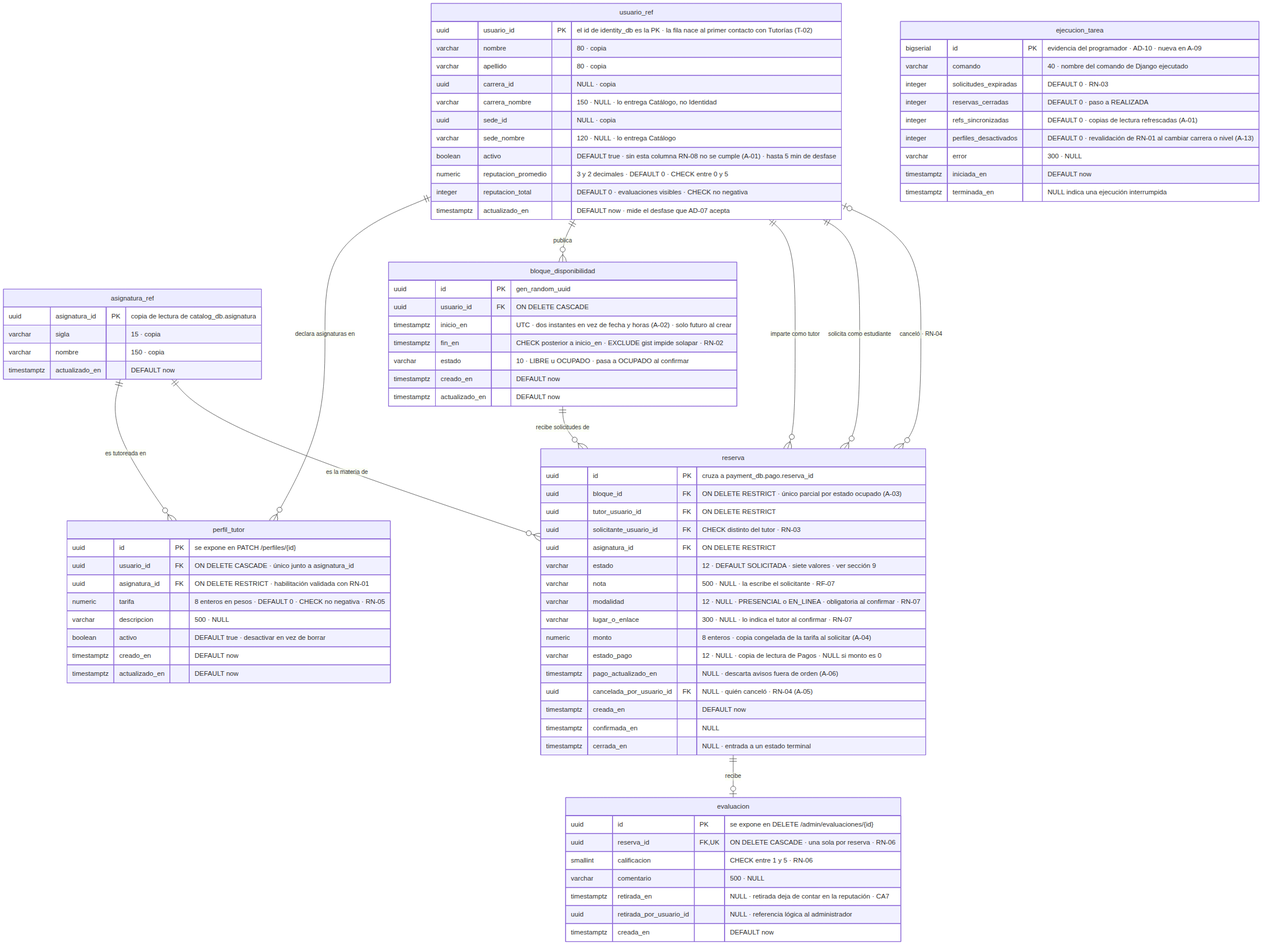
Earlier version of the Mermaid export docs/diagramas/03_tutoring_db.png (Bacchi701/Plataforma-web-tutorias). Its source is kept beside it as docs/diagramas/03_tutoring_db.mmd.
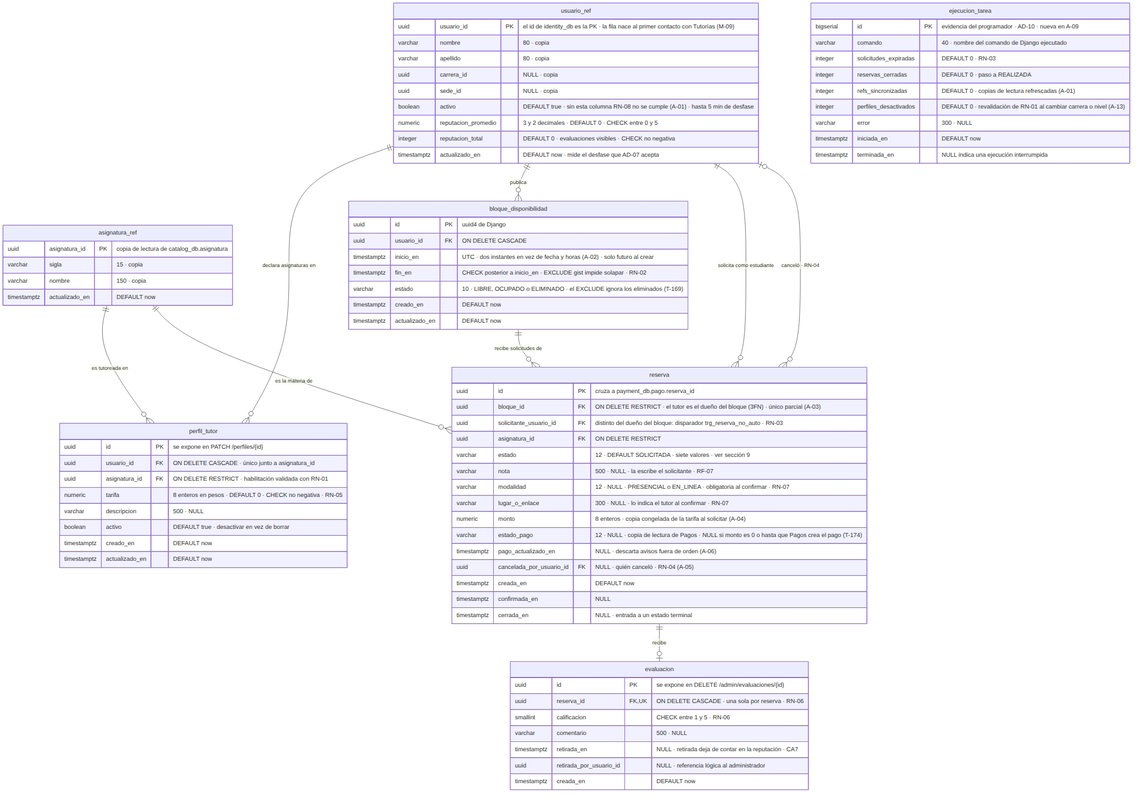
After the change.

Diff of the diagram source:
```diff
@@ -1,12 +1,10 @@
 erDiagram
     usuario_ref {
-        uuid usuario_id PK "el id de identity_db es la PK · la fila nace al primer contacto con Tutorías (T-02)"
+        uuid usuario_id PK "el id de identity_db es la PK · la fila nace al primer contacto con Tutorías (M-09)"
         varchar nombre "80 · copia"
         varchar apellido "80 · copia"
         uuid carrera_id "NULL · copia"
-        varchar carrera_nombre "150 · NULL · lo entrega Catálogo, no Identidad"
         uuid sede_id "NULL · copia"
-        varchar sede_nombre "120 · NULL · lo entrega Catálogo"
         boolean activo "DEFAULT true · sin esta columna RN-08 no se cumple (A-01) · hasta 5 min de desfase"
         numeric reputacion_promedio "3 y 2 decimales · DEFAULT 0 · CHECK entre 0 y 5"
         integer reputacion_total "DEFAULT 0 · evaluaciones visibles · CHECK no negativa"
@@ -32,27 +30,26 @@
     }
 
     bloque_disponibilidad {
-        uuid id PK "gen_random_uuid"
+        uuid id PK "uuid4 de Django"
         uuid usuario_id FK "ON DELETE CASCADE"
         timestamptz inicio_en "UTC · dos instantes en vez de fecha y horas (A-02) · solo futuro al crear"
         timestamptz fin_en "CHECK posterior a inicio_en · EXCLUDE gist impide solapar · RN-02"
-        varchar estado "10 · LIBRE u OCUPADO · pasa a OCUPADO al confirmar"
+        varchar estado "10 · LIBRE, OCUPADO o ELIMINADO · el EXCLUDE ignora los eliminados (T-169)"
         timestamptz creado_en "DEFAULT now"
         timestamptz actualizado_en "DEFAULT now"
     }
 
     reserva {
         uuid id PK "cruza a payment_db.pago.reserva_id"
-        uuid bloque_id FK "ON DELETE RESTRICT · único parcial por estado ocupado (A-03)"
-        uuid tutor_usuario_id FK "ON DELETE RESTRICT"
-        uuid solicitante_usuario_id FK "CHECK distinto del tutor · RN-03"
+        uuid bloque_id FK "ON DELETE RESTRICT · el tutor es el dueño del bloque (3FN) · único parcial (A-03)"
+        uuid solicitante_usuario_id FK "distinto del dueño del bloque: disparador trg_reserva_no_auto · RN-03"
         uuid asignatura_id FK "ON DELETE RESTRICT"
         varchar estado "12 · DEFAULT SOLICITADA · siete valores · ver sección 9"
         varchar nota "500 · NULL · la escribe el solicitante · RF-07"
         varchar modalidad "12 · NULL · PRESENCIAL o EN_LINEA · obligatoria al confirmar · RN-07"
         varchar lugar_o_enlace "300 · NULL · lo indica el tutor al confirmar · RN-07"
         numeric monto "8 enteros · copia congelada de la tarifa al solicitar (A-04)"
-        varchar estado_pago "12 · NULL · copia de lectura de Pagos · NULL si monto es 0"
+        varchar estado_pago "12 · NULL · copia de lectura de Pagos · NULL si monto es 0 o hasta que Pagos crea el pago (T-174)"
         timestamptz pago_actualizado_en "NULL · descarta avisos fuera de orden (A-06)"
         uuid cancelada_por_usuario_id FK "NULL · quién canceló · RN-04 (A-05)"
         timestamptz creada_en "DEFAULT now"
@@ -86,7 +83,6 @@
     asignatura_ref ||--o{ perfil_tutor : "es tutoreada en"
     usuario_ref ||--o{ bloque_disponibilidad : "publica"
     bloque_disponibilidad ||--o{ reserva : "recibe solicitudes de"
-    usuario_ref ||--o{ reserva : "imparte como tutor"
     usuario_ref ||--o{ reserva : "solicita como estudiante"
     usuario_ref |o--o{ reserva : "canceló · RN-04"
     asignatura_ref ||--o{ reserva : "es la materia de"
```
